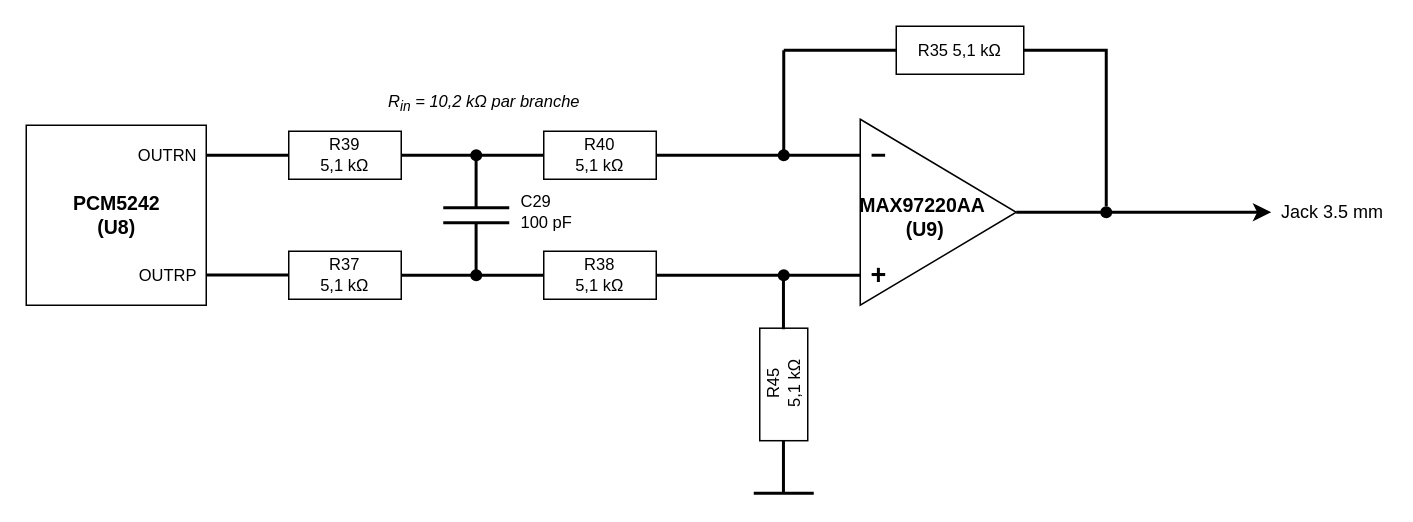
This is assets/figures/chaine_audio.drawio from dossantosyann/TB2026-YDS-Report, a draw.io file, before an edit. Source tidied: cells renumbered, new cells numbered last; positions are measured from the earlier drawing's top-left corner, leaving out a move shared by most shapes. Both pictures are drawn from the tidied source at 150%, with x=0, y=0 at pixel (26, 26).
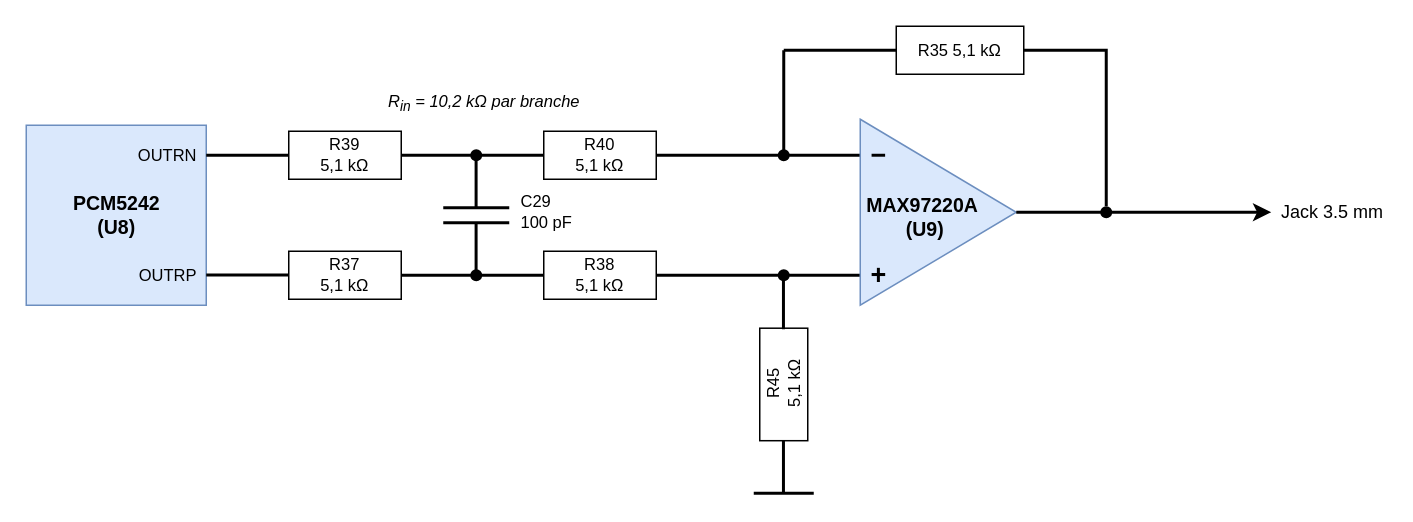
The same diagram, later.

Commit message:
Mettre à jour chaine_audio.drawio

What changed in the source:
```diff
@@
-    <mxCell id="2" style="rounded=0;whiteSpace=wrap;html=1;" parent="1" vertex="1">
+    <mxCell id="2" style="rounded=0;whiteSpace=wrap;html=1;fillColor=#dae8fc;strokeColor=#6c8ebf;" parent="1" vertex="1">
       <mxGeometry y="66" width="120" height="120" as="geometry" />
     </mxCell>
@@
-    <mxCell id="22" style="triangle;whiteSpace=wrap;html=1;direction=east;" parent="1" vertex="1">
+    <mxCell id="22" style="triangle;whiteSpace=wrap;html=1;direction=east;fillColor=#dae8fc;strokeColor=#6c8ebf;" parent="1" vertex="1">
       <mxGeometry x="556" y="62" width="104" height="124" as="geometry" />
     </mxCell>
@@
-    <mxCell id="25" value="&lt;div&gt;MAX97220AA&amp;nbsp;&lt;/div&gt;&lt;div&gt;(U9)&lt;/div&gt;" style="text;html=1;align=center;verticalAlign=middle;fontSize=13;fontFamily=Helvetica;fontStyle=1;" parent="1" vertex="1">
+    <mxCell id="25" value="&lt;div&gt;MAX97220A&amp;nbsp;&lt;/div&gt;&lt;div&gt;(U9)&lt;/div&gt;" style="text;html=1;align=center;verticalAlign=middle;fontSize=13;fontFamily=Helvetica;fontStyle=1;" parent="1" vertex="1">
       <mxGeometry x="514" y="117" width="170" height="20" as="geometry" />
     </mxCell>
```
